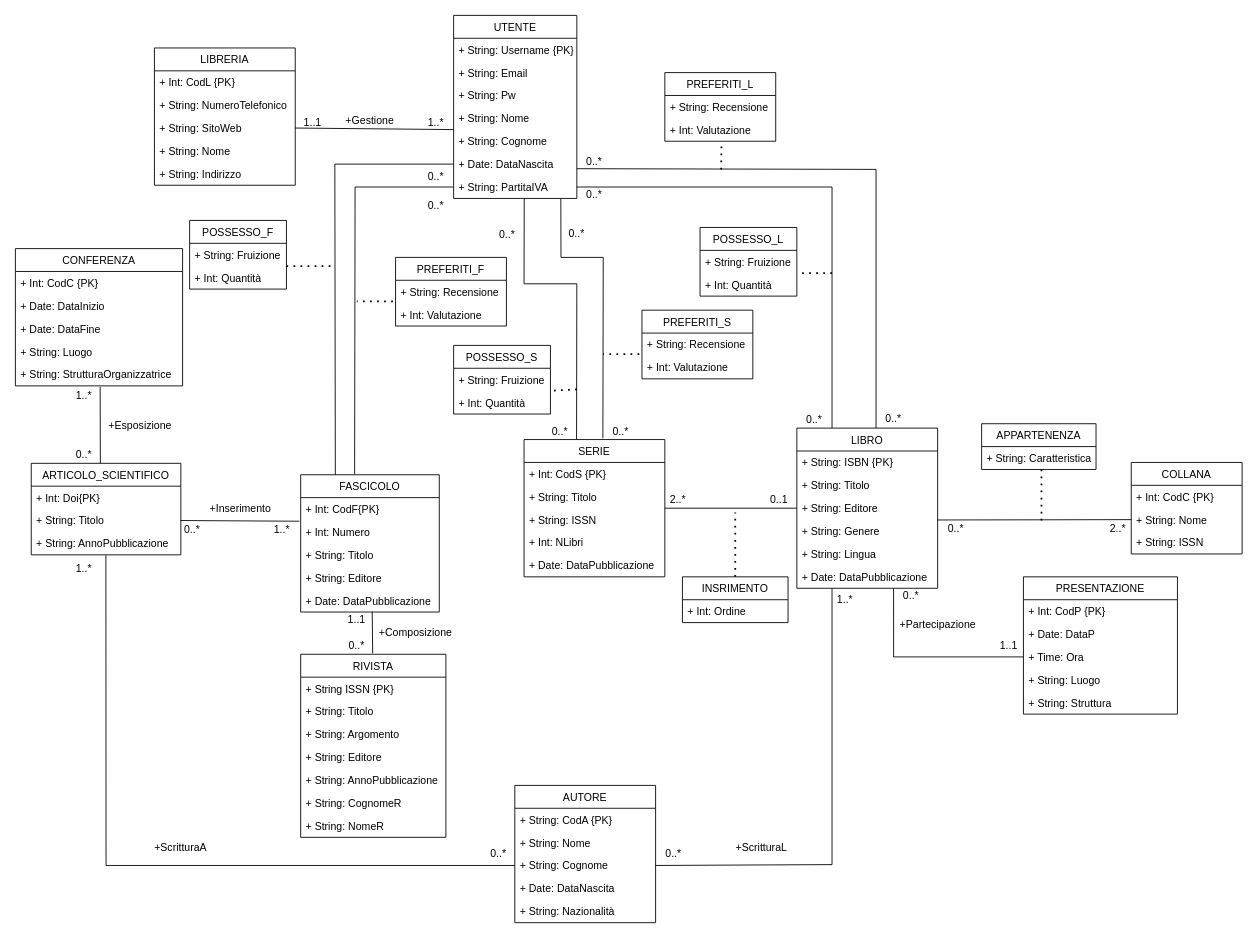
Above: DiagrammaUML(ristrutturato).drawio in Giovk/Sistema-di-una-Bibleoteca-Digitale (draw.io), before the change. Source tidied: cells renumbered, new cells numbered last; positions are measured from the earlier drawing's top-left corner, leaving out a move shared by most shapes. Both pictures are drawn from the tidied source at 88%, with x=0, y=0 at pixel (15, 15).
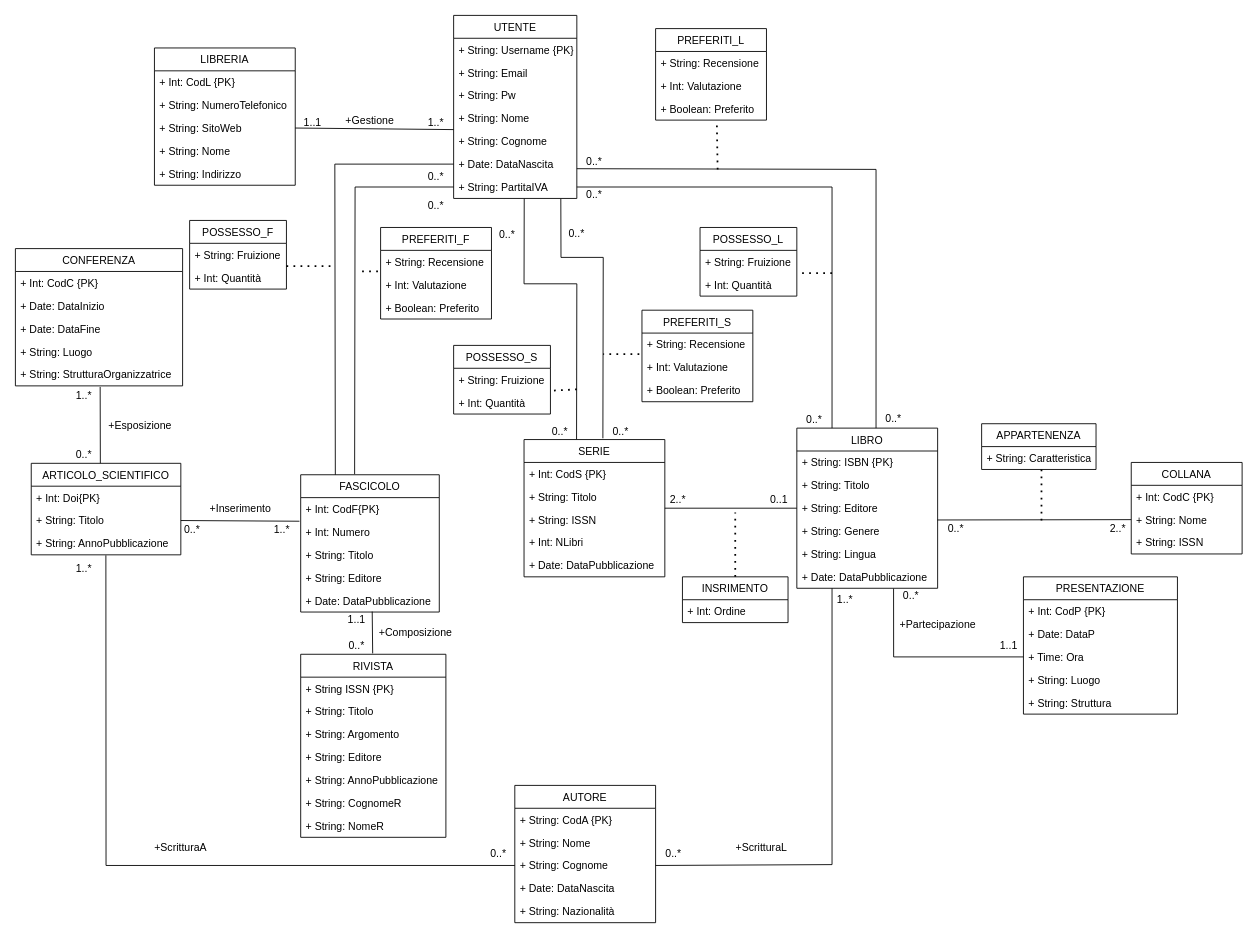
The same page after the edit.

The change refers to these unchanged cells:
```xml
<mxCell id="39" value="+ Int: Valutazione" style="text;strokeColor=none;fillColor=none;align=left;verticalAlign=top;spacingLeft=4;spacingRight=4;overflow=hidden;points=[[0,0.5],[1,0.5]];portConstraint=eastwest;" parent="37" vertex="1">
  <mxGeometry y="52" width="126" height="26" as="geometry" />
</mxCell>
<mxCell id="80" value="+ Int: Valutazione" style="text;strokeColor=none;fillColor=none;align=left;verticalAlign=top;spacingLeft=4;spacingRight=4;overflow=hidden;points=[[0,0.5],[1,0.5]];portConstraint=eastwest;" parent="78" vertex="1">
  <mxGeometry y="52" width="126" height="26" as="geometry" />
</mxCell>
```

What changed in the source:
```diff
@@
     <mxCell id="37" value="PREFERITI_F" style="swimlane;fontStyle=0;horizontal=1;startSize=26;fillColor=none;" parent="1" vertex="1">
-      <mxGeometry x="432" y="275" width="126" height="78" as="geometry" />
+      <mxGeometry x="415" y="241" width="126" height="104" as="geometry" />
     </mxCell>
@@
+    <mxCell id="149" value="+ Boolean: Preferito" style="text;strokeColor=none;fillColor=none;align=left;verticalAlign=top;spacingLeft=4;spacingRight=4;overflow=hidden;" parent="37" vertex="1">
+      <mxGeometry y="78" width="126" height="26" as="geometry" />
+    </mxCell>
     <mxCell id="40" style="endArrow=none;dashed=1;html=1;dashPattern=1 3;strokeWidth=2;rounded=0;exitX=-0.024;exitY=-0.077;exitDx=0;exitDy=0;exitPerimeter=0;" parent="1" edge="1" source="39">
       <mxGeometry relative="1" as="geometry">
-        <mxPoint x="388" y="325" as="targetPoint" />
+        <mxPoint x="388" y="291" as="targetPoint" />
       </mxGeometry>
     </mxCell>
@@
     <mxCell id="55" value="PREFERITI_S" style="swimlane;fontStyle=0;horizontal=1;startSize=26;fillColor=none;" parent="1" vertex="1">
-      <mxGeometry x="712" y="335" width="126" height="78" as="geometry" />
+      <mxGeometry x="712" y="335" width="126" height="104" as="geometry" />
     </mxCell>
@@
+    <mxCell id="150" value="+ Boolean: Preferito" style="text;strokeColor=none;fillColor=none;align=left;verticalAlign=top;spacingLeft=4;spacingRight=4;overflow=hidden;" parent="55" vertex="1">
+      <mxGeometry y="78" width="126" height="26" as="geometry" />
+    </mxCell>
@@
     <mxCell id="78" value="PREFERITI_L" style="swimlane;fontStyle=0;horizontal=1;startSize=26;fillColor=none;" parent="1" vertex="1">
-      <mxGeometry x="738" y="65" width="126" height="78" as="geometry" />
+      <mxGeometry x="727.5" y="15" width="126" height="104" as="geometry" />
     </mxCell>
@@
+    <mxCell id="151" value="+ Boolean: Preferito" style="text;strokeColor=none;fillColor=none;align=left;verticalAlign=top;spacingLeft=4;spacingRight=4;overflow=hidden;points=[[0,0.5],[1,0.5]];portConstraint=eastwest;" parent="78" vertex="1">
+      <mxGeometry y="78" width="126" height="26" as="geometry" />
+    </mxCell>
-    <mxCell id="81" style="endArrow=none;dashed=1;html=1;dashPattern=1 3;strokeWidth=2;rounded=0;entryX=0.511;entryY=1.033;entryDx=0;entryDy=0;entryPerimeter=0;" parent="1" edge="1" target="80">
+    <mxCell id="81" style="endArrow=none;dashed=1;html=1;dashPattern=1 3;strokeWidth=2;rounded=0;entryX=0.552;entryY=1.038;entryDx=0;entryDy=0;entryPerimeter=0;" parent="1" edge="1" target="151">
       <mxGeometry relative="1" as="geometry">
-        <mxPoint x="802" y="175" as="sourcePoint" />
+        <mxPoint x="798" y="175" as="sourcePoint" />
       </mxGeometry>
     </mxCell>
```
